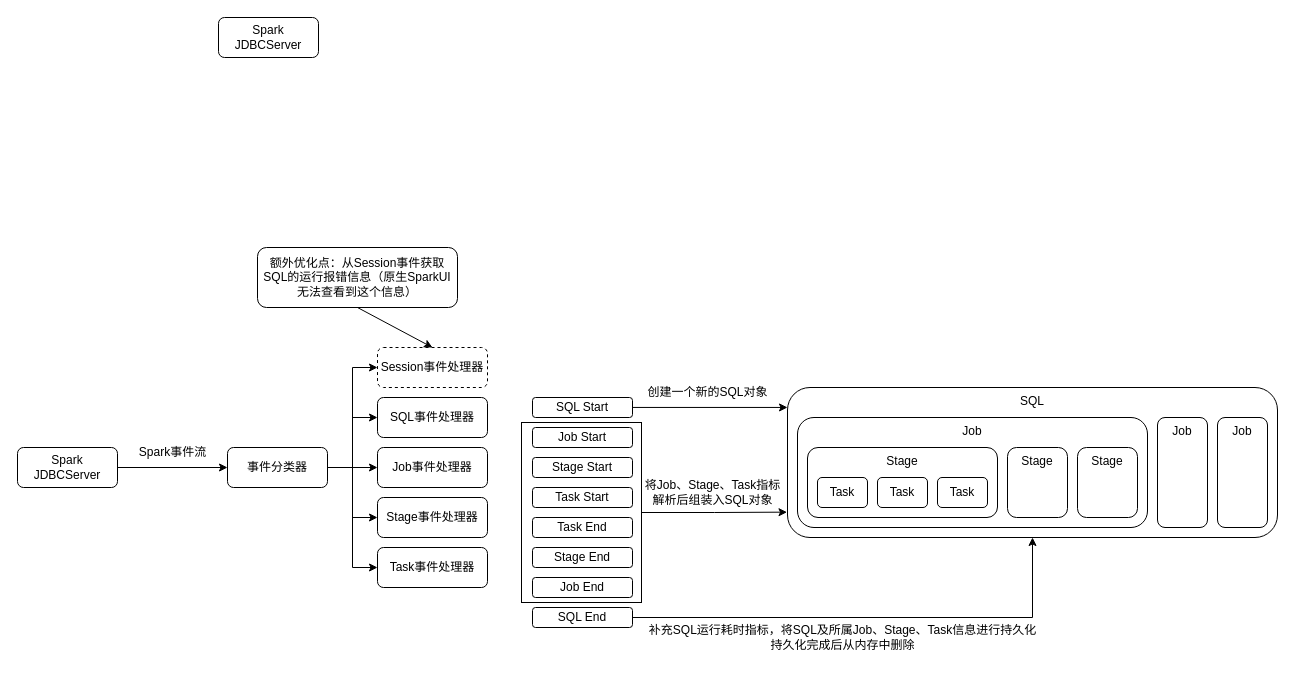
Earlier version of the draw.io diagram drawio/spark事件消费.drawio (casuak/casuak_house). Source tidied: cells renumbered, new cells numbered last; positions are measured from the earlier drawing's top-left corner, leaving out a move shared by most shapes. Both pictures are drawn from the tidied source at 100%, with x=0, y=0 at pixel (17, 17).
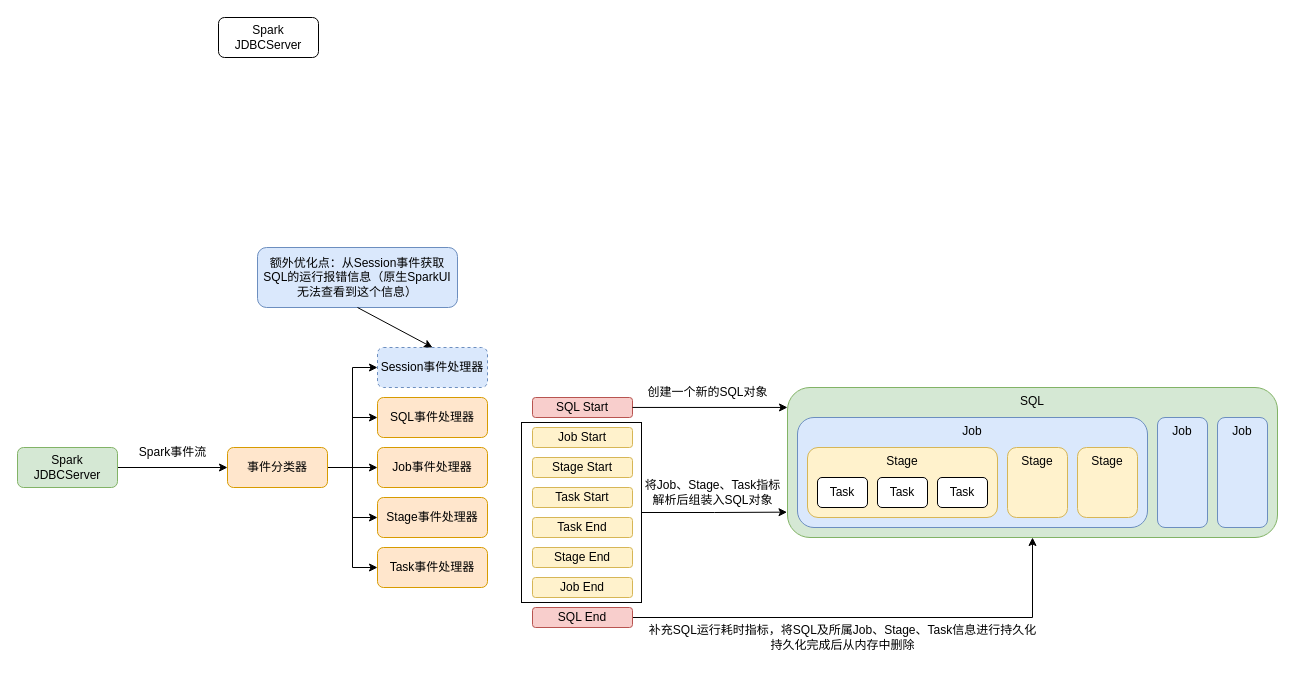
Above is the later version.

Change to the diagram source:
```diff
@@
-    <mxCell id="3" value="SQL" style="rounded=1;whiteSpace=wrap;html=1;verticalAlign=top;" parent="1" vertex="1">
+    <mxCell id="3" value="SQL" style="rounded=1;whiteSpace=wrap;html=1;verticalAlign=top;fillColor=#d5e8d4;strokeColor=#82b366;" parent="1" vertex="1">
       <mxGeometry x="770" y="370" width="490" height="150" as="geometry" />
     </mxCell>
-    <mxCell id="4" value="Job" style="rounded=1;whiteSpace=wrap;html=1;verticalAlign=top;" parent="1" vertex="1">
+    <mxCell id="4" value="Job" style="rounded=1;whiteSpace=wrap;html=1;verticalAlign=top;fillColor=#dae8fc;strokeColor=#6c8ebf;" parent="1" vertex="1">
       <mxGeometry x="780" y="400" width="350" height="110" as="geometry" />
     </mxCell>
@@
-    <mxCell id="12" value="事件分类器" style="rounded=1;whiteSpace=wrap;html=1;" parent="1" vertex="1">
+    <mxCell id="12" value="事件分类器" style="rounded=1;whiteSpace=wrap;html=1;fillColor=#ffe6cc;strokeColor=#d79b00;" parent="1" vertex="1">
       <mxGeometry x="210" y="430" width="100" height="40" as="geometry" />
     </mxCell>
-    <mxCell id="13" value="SQL事件处理器" style="rounded=1;whiteSpace=wrap;html=1;" parent="1" vertex="1">
+    <mxCell id="13" value="SQL事件处理器" style="rounded=1;whiteSpace=wrap;html=1;fillColor=#ffe6cc;strokeColor=#d79b00;" parent="1" vertex="1">
       <mxGeometry x="360" y="380" width="110" height="40" as="geometry" />
     </mxCell>
-    <mxCell id="14" value="Job事件处理器" style="rounded=1;whiteSpace=wrap;html=1;" parent="1" vertex="1">
+    <mxCell id="14" value="Job事件处理器" style="rounded=1;whiteSpace=wrap;html=1;fillColor=#ffe6cc;strokeColor=#d79b00;" parent="1" vertex="1">
       <mxGeometry x="360" y="430" width="110" height="40" as="geometry" />
     </mxCell>
-    <mxCell id="15" value="Stage事件处理器" style="rounded=1;whiteSpace=wrap;html=1;" parent="1" vertex="1">
+    <mxCell id="15" value="Stage事件处理器" style="rounded=1;whiteSpace=wrap;html=1;fillColor=#ffe6cc;strokeColor=#d79b00;" parent="1" vertex="1">
       <mxGeometry x="360" y="480" width="110" height="40" as="geometry" />
     </mxCell>
-    <mxCell id="16" value="Task事件处理器" style="rounded=1;whiteSpace=wrap;html=1;" parent="1" vertex="1">
+    <mxCell id="16" value="Task事件处理器" style="rounded=1;whiteSpace=wrap;html=1;fillColor=#ffe6cc;strokeColor=#d79b00;" parent="1" vertex="1">
       <mxGeometry x="360" y="530" width="110" height="40" as="geometry" />
     </mxCell>
-    <mxCell id="17" value="Session事件处理器" style="rounded=1;whiteSpace=wrap;html=1;dashed=1;" parent="1" vertex="1">
+    <mxCell id="17" value="Session事件处理器" style="rounded=1;whiteSpace=wrap;html=1;dashed=1;fillColor=#dae8fc;strokeColor=#6c8ebf;" parent="1" vertex="1">
       <mxGeometry x="360" y="330" width="110" height="40" as="geometry" />
     </mxCell>
-    <mxCell id="18" value="Stage" style="rounded=1;whiteSpace=wrap;html=1;verticalAlign=top;" parent="1" vertex="1">
+    <mxCell id="18" value="Stage" style="rounded=1;whiteSpace=wrap;html=1;verticalAlign=top;fillColor=#fff2cc;strokeColor=#d6b656;" parent="1" vertex="1">
       <mxGeometry x="790" y="430" width="190" height="70" as="geometry" />
     </mxCell>
@@
-    <mxCell id="22" value="Stage" style="rounded=1;whiteSpace=wrap;html=1;verticalAlign=top;" parent="1" vertex="1">
+    <mxCell id="22" value="Stage" style="rounded=1;whiteSpace=wrap;html=1;verticalAlign=top;fillColor=#fff2cc;strokeColor=#d6b656;" parent="1" vertex="1">
       <mxGeometry x="990" y="430" width="60" height="70" as="geometry" />
     </mxCell>
-    <mxCell id="23" value="Stage" style="rounded=1;whiteSpace=wrap;html=1;verticalAlign=top;" parent="1" vertex="1">
+    <mxCell id="23" value="Stage" style="rounded=1;whiteSpace=wrap;html=1;verticalAlign=top;fillColor=#fff2cc;strokeColor=#d6b656;" parent="1" vertex="1">
       <mxGeometry x="1060" y="430" width="60" height="70" as="geometry" />
     </mxCell>
-    <mxCell id="24" value="Job" style="rounded=1;whiteSpace=wrap;html=1;verticalAlign=top;" parent="1" vertex="1">
+    <mxCell id="24" value="Job" style="rounded=1;whiteSpace=wrap;html=1;verticalAlign=top;fillColor=#dae8fc;strokeColor=#6c8ebf;" parent="1" vertex="1">
       <mxGeometry x="1140" y="400" width="50" height="110" as="geometry" />
     </mxCell>
-    <mxCell id="25" value="Job" style="rounded=1;whiteSpace=wrap;html=1;verticalAlign=top;" parent="1" vertex="1">
+    <mxCell id="25" value="Job" style="rounded=1;whiteSpace=wrap;html=1;verticalAlign=top;fillColor=#dae8fc;strokeColor=#6c8ebf;" parent="1" vertex="1">
       <mxGeometry x="1200" y="400" width="50" height="110" as="geometry" />
     </mxCell>
-    <mxCell id="26" value="SQL Start" style="rounded=1;whiteSpace=wrap;html=1;" parent="1" vertex="1">
+    <mxCell id="26" value="SQL Start" style="rounded=1;whiteSpace=wrap;html=1;fillColor=#f8cecc;strokeColor=#b85450;" parent="1" vertex="1">
       <mxGeometry x="515" y="380" width="100" height="20" as="geometry" />
     </mxCell>
@@
-    <mxCell id="29" value="Job Start" style="rounded=1;whiteSpace=wrap;html=1;" parent="1" vertex="1">
+    <mxCell id="29" value="Job Start" style="rounded=1;whiteSpace=wrap;html=1;fillColor=#fff2cc;strokeColor=#d6b656;" parent="1" vertex="1">
       <mxGeometry x="515" y="410" width="100" height="20" as="geometry" />
     </mxCell>
-    <mxCell id="30" value="Stage Start" style="rounded=1;whiteSpace=wrap;html=1;" parent="1" vertex="1">
+    <mxCell id="30" value="Stage Start" style="rounded=1;whiteSpace=wrap;html=1;fillColor=#fff2cc;strokeColor=#d6b656;" parent="1" vertex="1">
       <mxGeometry x="515" y="440" width="100" height="20" as="geometry" />
     </mxCell>
-    <mxCell id="31" value="Task Start" style="rounded=1;whiteSpace=wrap;html=1;" parent="1" vertex="1">
+    <mxCell id="31" value="Task Start" style="rounded=1;whiteSpace=wrap;html=1;fillColor=#fff2cc;strokeColor=#d6b656;" parent="1" vertex="1">
       <mxGeometry x="515" y="470" width="100" height="20" as="geometry" />
     </mxCell>
-    <mxCell id="32" value="Task End" style="rounded=1;whiteSpace=wrap;html=1;" parent="1" vertex="1">
+    <mxCell id="32" value="Task End" style="rounded=1;whiteSpace=wrap;html=1;fillColor=#fff2cc;strokeColor=#d6b656;" parent="1" vertex="1">
       <mxGeometry x="515" y="500" width="100" height="20" as="geometry" />
     </mxCell>
-    <mxCell id="33" value="Stage End" style="rounded=1;whiteSpace=wrap;html=1;" parent="1" vertex="1">
+    <mxCell id="33" value="Stage End" style="rounded=1;whiteSpace=wrap;html=1;fillColor=#fff2cc;strokeColor=#d6b656;" parent="1" vertex="1">
       <mxGeometry x="515" y="530" width="100" height="20" as="geometry" />
     </mxCell>
-    <mxCell id="34" value="Job End" style="rounded=1;whiteSpace=wrap;html=1;" parent="1" vertex="1">
+    <mxCell id="34" value="Job End" style="rounded=1;whiteSpace=wrap;html=1;fillColor=#fff2cc;strokeColor=#d6b656;" parent="1" vertex="1">
       <mxGeometry x="515" y="560" width="100" height="20" as="geometry" />
     </mxCell>
@@
-    <mxCell id="36" value="SQL End" style="rounded=1;whiteSpace=wrap;html=1;" parent="1" vertex="1">
+    <mxCell id="36" value="SQL End" style="rounded=1;whiteSpace=wrap;html=1;fillColor=#f8cecc;strokeColor=#b85450;" parent="1" vertex="1">
       <mxGeometry x="515" y="590" width="100" height="20" as="geometry" />
     </mxCell>
@@
-    <mxCell id="38" value="Spark JDBCServer" style="rounded=1;whiteSpace=wrap;html=1;" parent="1" vertex="1">
+    <mxCell id="38" value="Spark JDBCServer" style="rounded=1;whiteSpace=wrap;html=1;fillColor=#d5e8d4;strokeColor=#82b366;" parent="1" vertex="1">
       <mxGeometry y="430" width="100" height="40" as="geometry" />
     </mxCell>
@@
-    <mxCell id="41" value="额外优化点：从Session事件获取SQL的运行报错信息（原生SparkUI无法查看到这个信息）" style="rounded=1;whiteSpace=wrap;html=1;" parent="1" vertex="1">
+    <mxCell id="41" value="额外优化点：从Session事件获取SQL的运行报错信息（原生SparkUI无法查看到这个信息）" style="rounded=1;whiteSpace=wrap;html=1;fillColor=#dae8fc;strokeColor=#6c8ebf;" parent="1" vertex="1">
       <mxGeometry x="240" y="230" width="200" height="60" as="geometry" />
     </mxCell>
```
